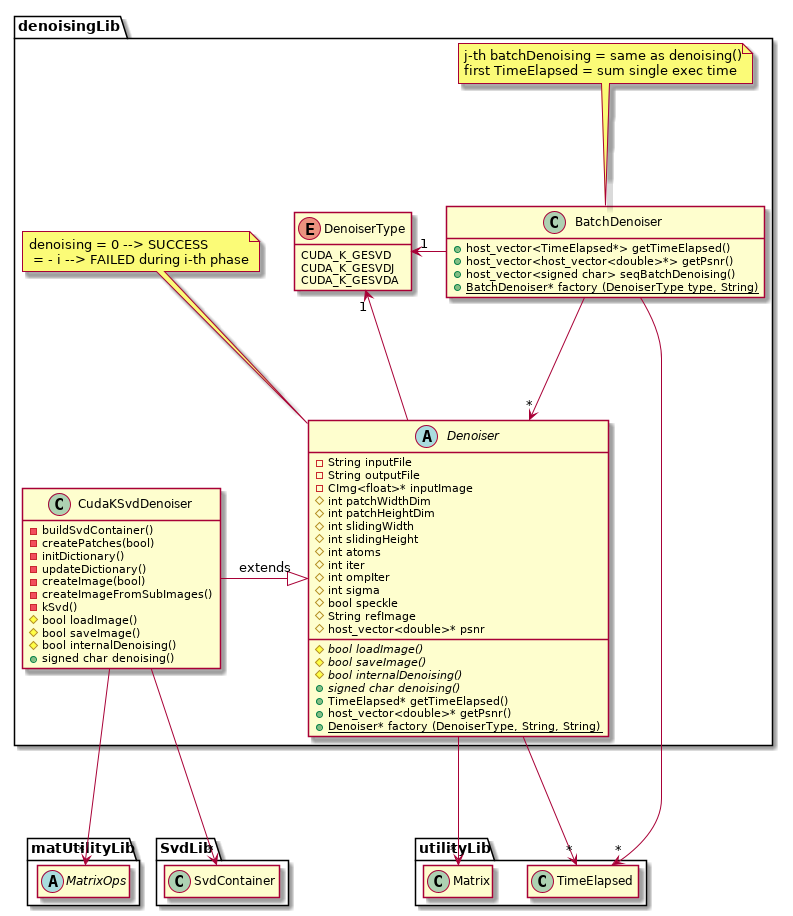
This is uml/out/uml/src/DenoisingDiagram.png from newfla/CUDA-K-SVD-Denoising, a PlantUML export, as it was before one commit.
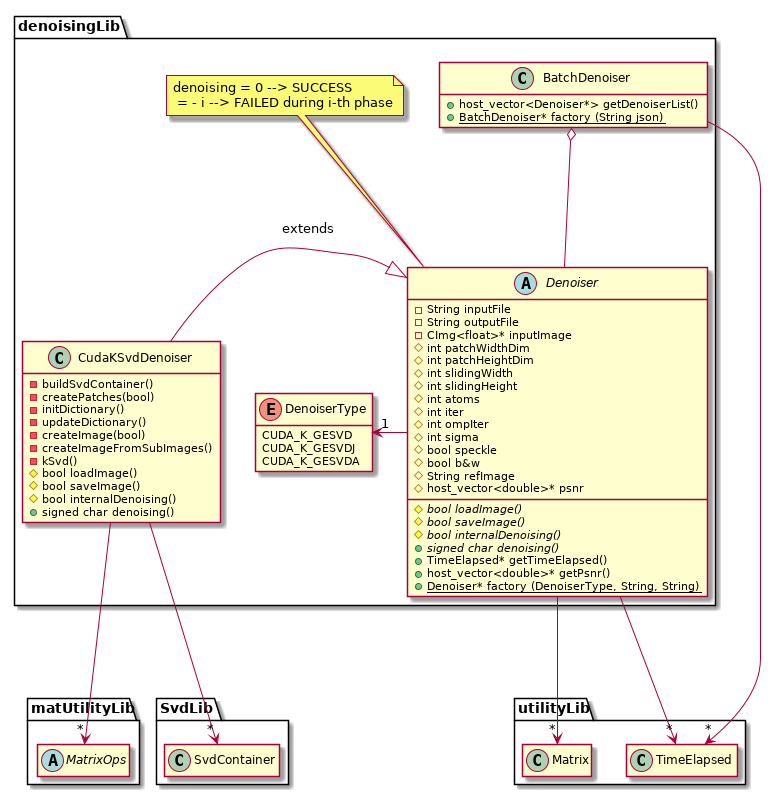
After the commit.

Diff of the diagram source:
```diff
@@ -21,6 +21,7 @@
         # int ompIter
         # int sigma
         # bool speckle
+        # bool b&w
         # String refImage
         # host_vector<double>* psnr
 
@@ -55,19 +56,13 @@
     }
 
     class BatchDenoiser{
-        + host_vector<TimeElapsed*> getTimeElapsed()
-        + host_vector<host_vector<double>*> getPsnr()
-        + host_vector<signed char> seqBatchDenoising()
-        {static} + BatchDenoiser* factory (DenoiserType type, String)
+        + host_vector<Denoiser*> getDenoiserList()
+        {static} + BatchDenoiser* factory (String json)
     }
-
-    note top: j-th batchDenoising = same as denoising()\nfirst TimeElapsed = sum single exec time
-
 
     CudaKSvdDenoiser -|> Denoiser : extends
     DenoiserType "1"<- Denoiser
-    DenoiserType "1"<- BatchDenoiser
-    BatchDenoiser --> "*" Denoiser
+    BatchDenoiser o-- Denoiser
     hide CudaKSvdDenoiser fields
     hide BatchDenoiser fields
     hide DenoiserType methods
```
